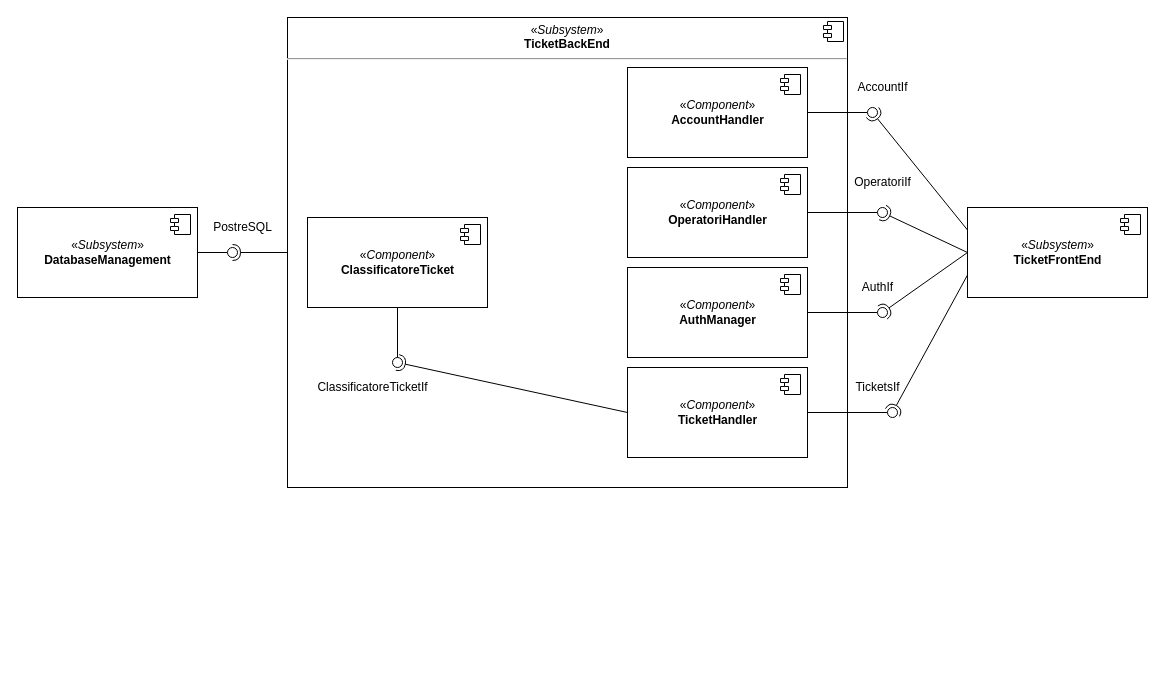
Before: page "Component" (3 of 5) of docs/diagrammi.drawio in shxdow/aep, a draw.io diagram. Source tidied: cells renumbered, new cells numbered last; positions are measured from the earlier drawing's top-left corner, leaving out a move shared by most shapes. Both pictures are drawn from the tidied source at 100%, with x=0, y=0 at pixel (17, 17).
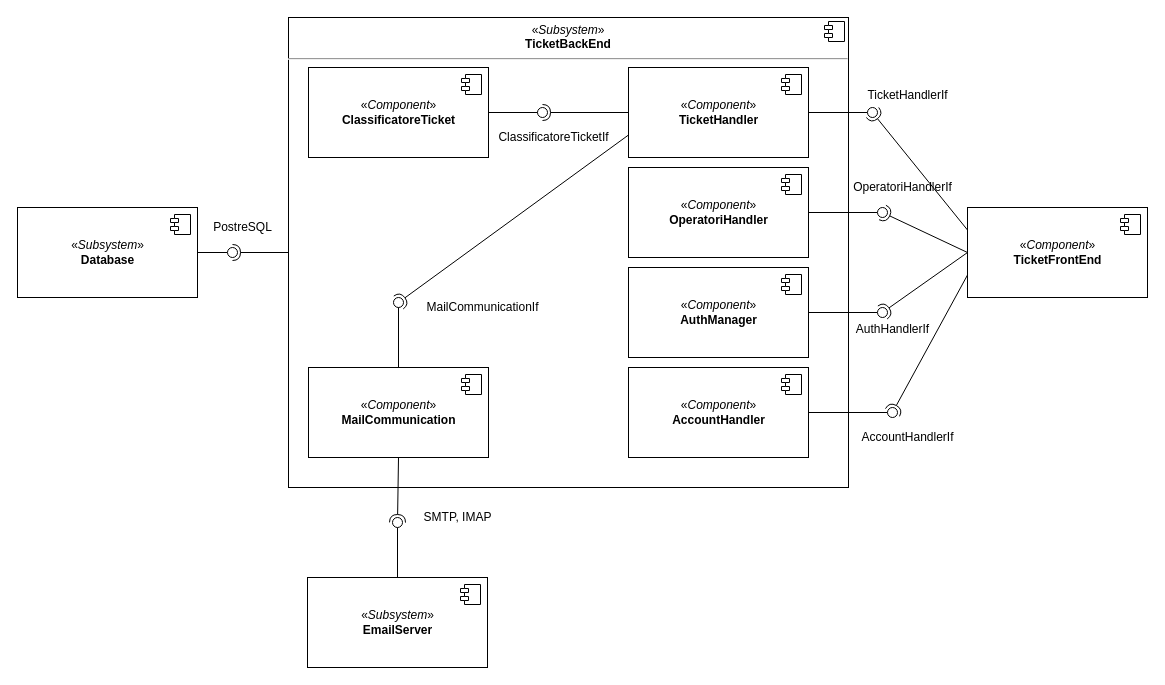
The same page after the edit.

Change to the diagram source:
```diff
@@
-    <mxCell id="2" value="«&lt;i&gt;Subsystem&lt;/i&gt;»&lt;br&gt;&lt;b&gt;TicketFrontEnd&lt;/b&gt;" style="html=1;" parent="1" vertex="1">
+    <mxCell id="2" value="«&lt;i&gt;Component&lt;/i&gt;»&lt;br&gt;&lt;b&gt;TicketFrontEnd&lt;/b&gt;" style="html=1;" parent="1" vertex="1">
       <mxGeometry x="950" y="190" width="180" height="90" as="geometry" />
     </mxCell>
@@
-    <mxCell id="4" value="«&lt;i&gt;Subsystem&lt;/i&gt;»&lt;br&gt;&lt;b&gt;DatabaseManagement&lt;/b&gt;" style="html=1;" parent="1" vertex="1">
+    <mxCell id="4" value="«&lt;i&gt;Subsystem&lt;/i&gt;»&lt;br&gt;&lt;b&gt;Database&lt;/b&gt;" style="html=1;" parent="1" vertex="1">
       <mxGeometry y="190" width="180" height="90" as="geometry" />
     </mxCell>
@@
-    <mxCell id="6" value="AccountIf" style="text;html=1;align=center;verticalAlign=middle;" parent="1" vertex="1">
-      <mxGeometry x="830" y="60" width="70" height="20" as="geometry" />
+    <mxCell id="6" value="TicketHandlerIf" style="text;html=1;align=center;verticalAlign=middle;" parent="1" vertex="1">
+      <mxGeometry x="840" y="68" width="100" height="20" as="geometry" />
     </mxCell>
-    <mxCell id="7" value="TicketsIf" style="text;html=1;align=center;verticalAlign=middle;" parent="1" vertex="1">
-      <mxGeometry x="830" y="360" width="60" height="20" as="geometry" />
+    <mxCell id="7" value="AccountHandlerIf" style="text;html=1;align=center;verticalAlign=middle;" parent="1" vertex="1">
+      <mxGeometry x="835" y="410" width="110" height="20" as="geometry" />
     </mxCell>
-    <mxCell id="8" value="OperatoriIf" style="text;html=1;align=center;verticalAlign=middle;" parent="1" vertex="1">
-      <mxGeometry x="830" y="155" width="70" height="20" as="geometry" />
+    <mxCell id="8" value="OperatoriHandlerIf" style="text;html=1;align=center;verticalAlign=middle;" parent="1" vertex="1">
+      <mxGeometry x="830" y="160" width="110" height="20" as="geometry" />
     </mxCell>
-    <mxCell id="9" value="AuthIf" style="text;html=1;align=center;verticalAlign=middle;" parent="1" vertex="1">
-      <mxGeometry x="835" y="260" width="50" height="20" as="geometry" />
+    <mxCell id="9" value="AuthHandlerIf" style="text;html=1;align=center;verticalAlign=middle;" parent="1" vertex="1">
+      <mxGeometry x="830" y="302" width="90" height="20" as="geometry" />
     </mxCell>
     <mxCell id="10" value="&lt;p style=&quot;margin: 0px ; margin-top: 6px ; text-align: center&quot;&gt;«&lt;i&gt;Subsystem&lt;/i&gt;»&lt;br&gt;&lt;b&gt;TicketBackEnd&lt;/b&gt;&lt;br&gt;&lt;/p&gt;&lt;hr&gt;&lt;p style=&quot;margin: 0px ; margin-left: 8px&quot;&gt;&lt;br&gt;&lt;/p&gt;" style="align=left;overflow=fill;html=1;" parent="1" vertex="1">
-      <mxGeometry x="270" width="560" height="470" as="geometry" />
+      <mxGeometry x="271" width="560" height="470" as="geometry" />
     </mxCell>
@@
-    <mxCell id="14" value="«&lt;i&gt;Component&lt;/i&gt;»&lt;br&gt;&lt;b&gt;AccountHandler&lt;/b&gt;" style="html=1;" parent="10" vertex="1">
+    <mxCell id="14" value="«&lt;i&gt;Component&lt;/i&gt;»&lt;br&gt;&lt;b&gt;TicketHandler&lt;/b&gt;" style="html=1;" parent="10" vertex="1">
       <mxGeometry x="340" y="50" width="180" height="90" as="geometry" />
     </mxCell>
@@
-    <mxCell id="18" value="«&lt;i&gt;Component&lt;/i&gt;»&lt;br&gt;&lt;b&gt;TicketHandler&lt;/b&gt;" style="html=1;" parent="10" vertex="1">
+    <mxCell id="18" value="«&lt;i&gt;Component&lt;/i&gt;»&lt;br&gt;&lt;b&gt;AccountHandler&lt;/b&gt;" style="html=1;" parent="10" vertex="1">
       <mxGeometry x="340" y="350" width="180" height="90" as="geometry" />
     </mxCell>
@@
     <mxCell id="20" value="«&lt;i&gt;Component&lt;/i&gt;»&lt;br&gt;&lt;b&gt;ClassificatoreTicket&lt;/b&gt;" style="html=1;" parent="10" vertex="1">
-      <mxGeometry x="20" y="200" width="180" height="90" as="geometry" />
+      <mxGeometry x="20" y="50" width="180" height="90" as="geometry" />
     </mxCell>
@@
     <mxCell id="22" style="ellipse;whiteSpace=wrap;html=1;fontFamily=Helvetica;fontSize=12;fontColor=#000000;align=center;strokeColor=#000000;fillColor=#ffffff;points=[];" parent="10" vertex="1">
-      <mxGeometry x="105" y="340" width="10" height="10" as="geometry" />
+      <mxGeometry x="249" y="90" width="10" height="10" as="geometry" />
     </mxCell>
-    <mxCell id="23" style="rounded=0;jettySize=auto;html=1;endArrow=none;endFill=0;exitX=0.5;exitY=1;exitDx=0;exitDy=0;" parent="10" edge="1" source="20" target="22">
+    <mxCell id="23" style="rounded=0;jettySize=auto;html=1;endArrow=none;endFill=0;exitX=1;exitY=0.5;exitDx=0;exitDy=0;" parent="10" edge="1" source="20" target="22">
       <mxGeometry relative="1" as="geometry" />
     </mxCell>
-    <mxCell id="24" style="rounded=0;jettySize=auto;html=1;endArrow=halfCircle;endFill=0;entryX=0.5;entryY=0.5;entryDx=0;entryDy=0;endSize=6;strokeWidth=1;exitX=0;exitY=0.5;exitDx=0;exitDy=0;" parent="10" edge="1" source="18" target="22">
+    <mxCell id="24" style="rounded=0;jettySize=auto;html=1;endArrow=halfCircle;endFill=0;entryX=0.5;entryY=0.5;entryDx=0;entryDy=0;endSize=6;strokeWidth=1;exitX=0;exitY=0.5;exitDx=0;exitDy=0;" parent="10" edge="1" source="14" target="22">
       <mxGeometry relative="1" as="geometry" />
     </mxCell>
     <mxCell id="25" value="ClassificatoreTicketIf" style="text;html=1;align=center;verticalAlign=middle;" parent="10" vertex="1">
-      <mxGeometry x="20" y="360" width="130" height="20" as="geometry" />
+      <mxGeometry x="200" y="110" width="130" height="20" as="geometry" />
     </mxCell>
+    <mxCell id="42" value="«&lt;i&gt;Component&lt;/i&gt;»&lt;br&gt;&lt;b&gt;MailCommunication&lt;/b&gt;" style="html=1;" parent="10" vertex="1">
+      <mxGeometry x="20" y="350" width="180" height="90" as="geometry" />
+    </mxCell>
+    <mxCell id="43" style="shape=component;jettyWidth=8;jettyHeight=4;" parent="42" vertex="1">
+      <mxGeometry x="1" width="20" height="20" relative="1" as="geometry">
+        <mxPoint x="-27" y="7" as="offset" />
+      </mxGeometry>
+    </mxCell>
+    <mxCell id="44" style="ellipse;whiteSpace=wrap;html=1;fontFamily=Helvetica;fontSize=12;fontColor=#000000;align=center;strokeColor=#000000;fillColor=#ffffff;points=[];" parent="10" vertex="1">
+      <mxGeometry x="105" y="280" width="10" height="10" as="geometry" />
+    </mxCell>
+    <mxCell id="45" style="rounded=0;jettySize=auto;html=1;endArrow=none;endFill=0;exitX=0.5;exitY=0;exitDx=0;exitDy=0;" parent="10" edge="1" source="42" target="44">
+      <mxGeometry relative="1" as="geometry" />
+    </mxCell>
+    <mxCell id="46" style="rounded=0;jettySize=auto;html=1;endArrow=halfCircle;endFill=0;entryX=0.5;entryY=0.5;entryDx=0;entryDy=0;endSize=6;strokeWidth=1;exitX=0;exitY=0.75;exitDx=0;exitDy=0;" parent="10" edge="1" source="14" target="44">
+      <mxGeometry relative="1" as="geometry" />
+    </mxCell>
+    <mxCell id="47" value="MailCommunicationIf" style="text;html=1;align=center;verticalAlign=middle;" parent="10" vertex="1">
+      <mxGeometry x="129" y="280" width="130" height="20" as="geometry" />
+    </mxCell>
@@
+    <mxCell id="48" value="«&lt;i&gt;Subsystem&lt;/i&gt;»&lt;br&gt;&lt;b&gt;EmailServer&lt;/b&gt;" style="html=1;" parent="1" vertex="1">
+      <mxGeometry x="290" y="560" width="180" height="90" as="geometry" />
+    </mxCell>
+    <mxCell id="49" style="shape=component;jettyWidth=8;jettyHeight=4;" parent="48" vertex="1">
+      <mxGeometry x="1" width="20" height="20" relative="1" as="geometry">
+        <mxPoint x="-27" y="7" as="offset" />
+      </mxGeometry>
+    </mxCell>
+    <mxCell id="50" style="rounded=0;jettySize=auto;html=1;endArrow=none;endFill=0;exitX=0.5;exitY=0;exitDx=0;exitDy=0;" parent="1" edge="1" source="48" target="52">
+      <mxGeometry relative="1" as="geometry" />
+    </mxCell>
+    <mxCell id="51" style="rounded=0;jettySize=auto;html=1;endArrow=halfCircle;endFill=0;entryX=0.5;entryY=0.5;entryDx=0;entryDy=0;endSize=6;strokeWidth=1;exitX=0.5;exitY=1;exitDx=0;exitDy=0;" parent="1" edge="1" source="42" target="52">
+      <mxGeometry relative="1" as="geometry" />
+    </mxCell>
+    <mxCell id="52" style="ellipse;whiteSpace=wrap;html=1;fontFamily=Helvetica;fontSize=12;fontColor=#000000;align=center;strokeColor=#000000;fillColor=#ffffff;points=[];" parent="1" vertex="1">
+      <mxGeometry x="375" y="500" width="10" height="10" as="geometry" />
+    </mxCell>
+    <mxCell id="53" value="SMTP, IMAP" style="text;html=1;align=center;verticalAlign=middle;" parent="1" vertex="1">
+      <mxGeometry x="400" y="490" width="80" height="20" as="geometry" />
+    </mxCell>
```
